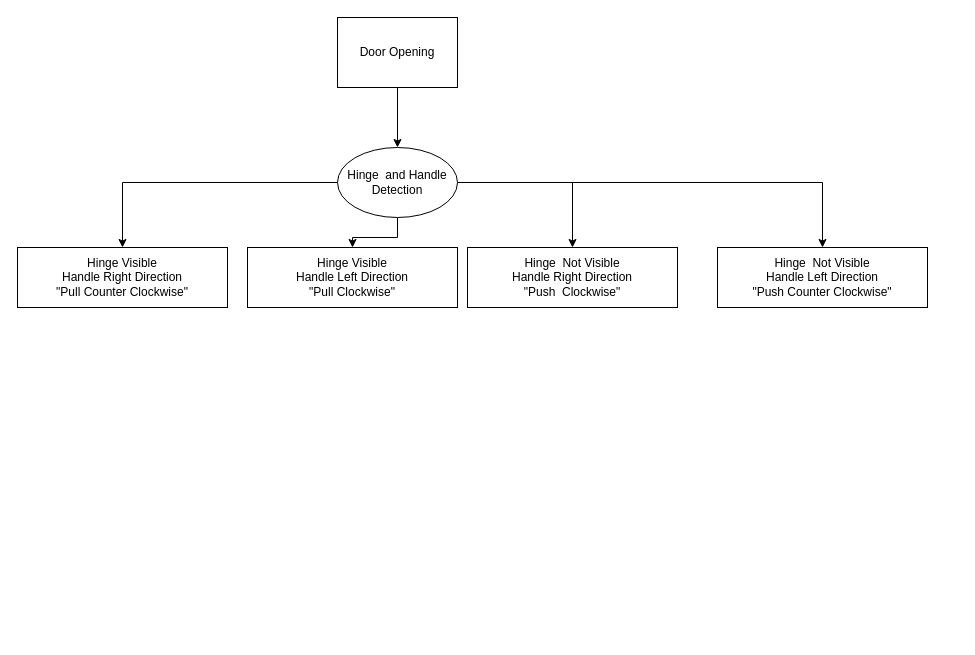
Before: Untitled Diagram.drawio in Oviya-Rajavel/foundationCourse, a draw.io diagram. Source tidied: cells renumbered, new cells numbered last; positions are measured from the earlier drawing's top-left corner, leaving out a move shared by most shapes. Both pictures are drawn from the tidied source at 100%, with x=0, y=0 at pixel (17, 17).
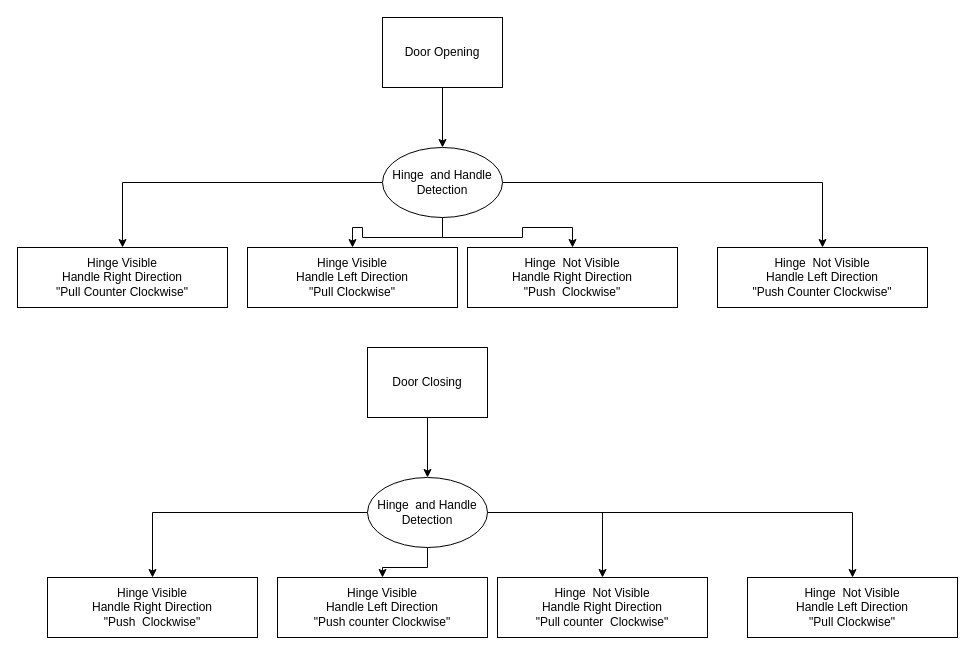
After the change.

Diff of the diagram source:
```diff
@@
     <mxCell id="3" value="Door Opening" style="rounded=0;whiteSpace=wrap;html=1;" parent="1" vertex="1">
-      <mxGeometry x="320" width="120" height="70" as="geometry" />
+      <mxGeometry x="365" width="120" height="70" as="geometry" />
     </mxCell>
@@
     <mxCell id="8" value="Hinge&amp;nbsp; and Handle Detection" style="ellipse;whiteSpace=wrap;html=1;" parent="1" vertex="1">
-      <mxGeometry x="320" y="130" width="120" height="70" as="geometry" />
+      <mxGeometry x="365" y="130" width="120" height="70" as="geometry" />
     </mxCell>
@@
+    <mxCell id="13" style="edgeStyle=orthogonalEdgeStyle;rounded=0;jettySize=auto;html=1;" parent="1" edge="1" source="14" target="19">
+      <mxGeometry relative="1" as="geometry" />
+    </mxCell>
+    <mxCell id="14" value="Door Closing" style="rounded=0;whiteSpace=wrap;html=1;" parent="1" vertex="1">
+      <mxGeometry x="350" y="330" width="120" height="70" as="geometry" />
+    </mxCell>
+    <mxCell id="15" style="edgeStyle=orthogonalEdgeStyle;rounded=0;jettySize=auto;html=1;entryX=0.5;entryY=0;entryDx=0;entryDy=0;" parent="1" edge="1" source="19" target="20">
+      <mxGeometry relative="1" as="geometry" />
+    </mxCell>
+    <mxCell id="16" style="edgeStyle=orthogonalEdgeStyle;rounded=0;jettySize=auto;html=1;entryX=0.5;entryY=0;entryDx=0;entryDy=0;" parent="1" edge="1" source="19" target="21">
+      <mxGeometry relative="1" as="geometry" />
+    </mxCell>
+    <mxCell id="17" style="edgeStyle=orthogonalEdgeStyle;rounded=0;jettySize=auto;html=1;entryX=0.5;entryY=0;entryDx=0;entryDy=0;" parent="1" edge="1" source="19" target="23">
+      <mxGeometry relative="1" as="geometry" />
+    </mxCell>
+    <mxCell id="18" style="edgeStyle=orthogonalEdgeStyle;rounded=0;jettySize=auto;html=1;entryX=0.5;entryY=0;entryDx=0;entryDy=0;" parent="1" edge="1" source="19" target="22">
+      <mxGeometry relative="1" as="geometry" />
+    </mxCell>
+    <mxCell id="19" value="Hinge&amp;nbsp; and Handle Detection" style="ellipse;whiteSpace=wrap;html=1;" parent="1" vertex="1">
+      <mxGeometry x="350" y="460" width="120" height="70" as="geometry" />
+    </mxCell>
+    <mxCell id="20" value="Hinge Visible&lt;br&gt;Handle Right Direction&lt;br&gt;&quot;Push&amp;nbsp; Clockwise&quot;" style="rounded=0;whiteSpace=wrap;html=1;" parent="1" vertex="1">
+      <mxGeometry x="30" y="560" width="210" height="60" as="geometry" />
+    </mxCell>
+    <mxCell id="21" value="Hinge Visible&lt;br&gt;Handle Left Direction&lt;br&gt;&quot;Push counter Clockwise&quot;" style="rounded=0;whiteSpace=wrap;html=1;" parent="1" vertex="1">
+      <mxGeometry x="260" y="560" width="210" height="60" as="geometry" />
+    </mxCell>
+    <mxCell id="22" value="Hinge&amp;nbsp; Not Visible&lt;br&gt;Handle Left Direction&lt;br&gt;&quot;Pull Clockwise&quot;" style="rounded=0;whiteSpace=wrap;html=1;" parent="1" vertex="1">
+      <mxGeometry x="730" y="560" width="210" height="60" as="geometry" />
+    </mxCell>
+    <mxCell id="23" value="Hinge&amp;nbsp; Not Visible&lt;br&gt;Handle Right Direction&lt;br&gt;&quot;Pull counter&amp;nbsp; Clockwise&quot;" style="rounded=0;whiteSpace=wrap;html=1;" parent="1" vertex="1">
+      <mxGeometry x="480" y="560" width="210" height="60" as="geometry" />
+    </mxCell>
```
